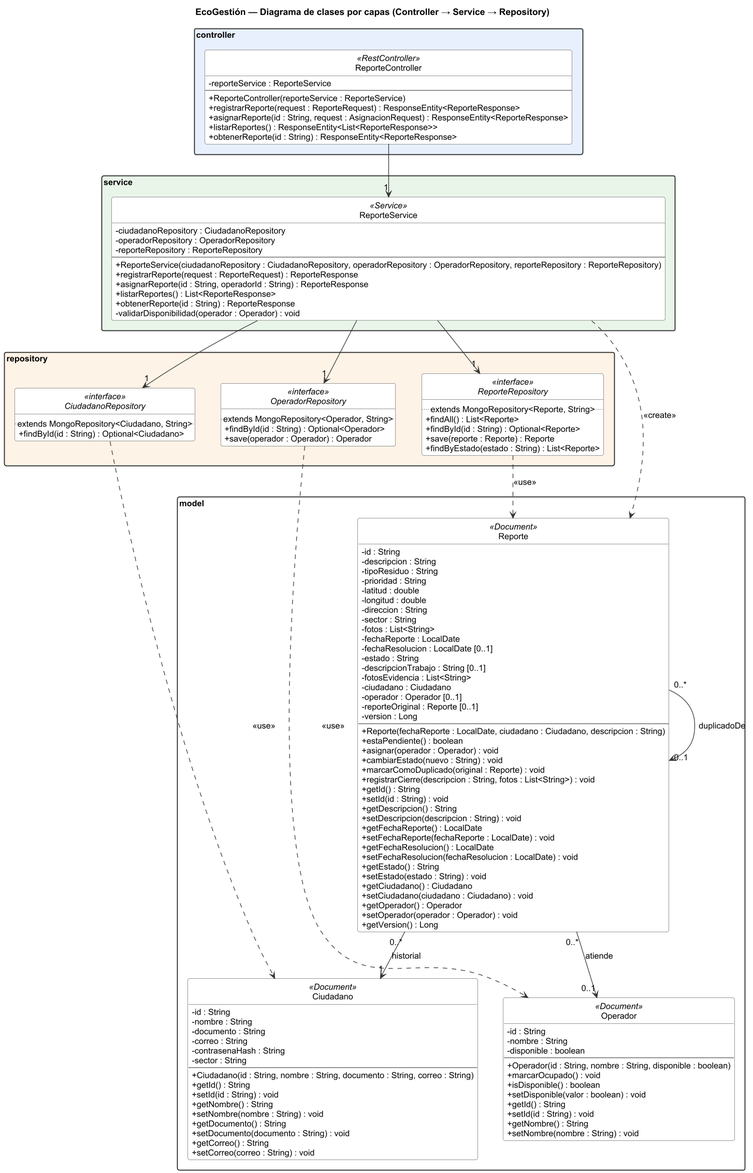
Above: docs/diagramas/04-vista-desarrollo.png in samuelvallejo/trabajo-final-dise-o-de-software-diagramas (PlantUML), before the change.
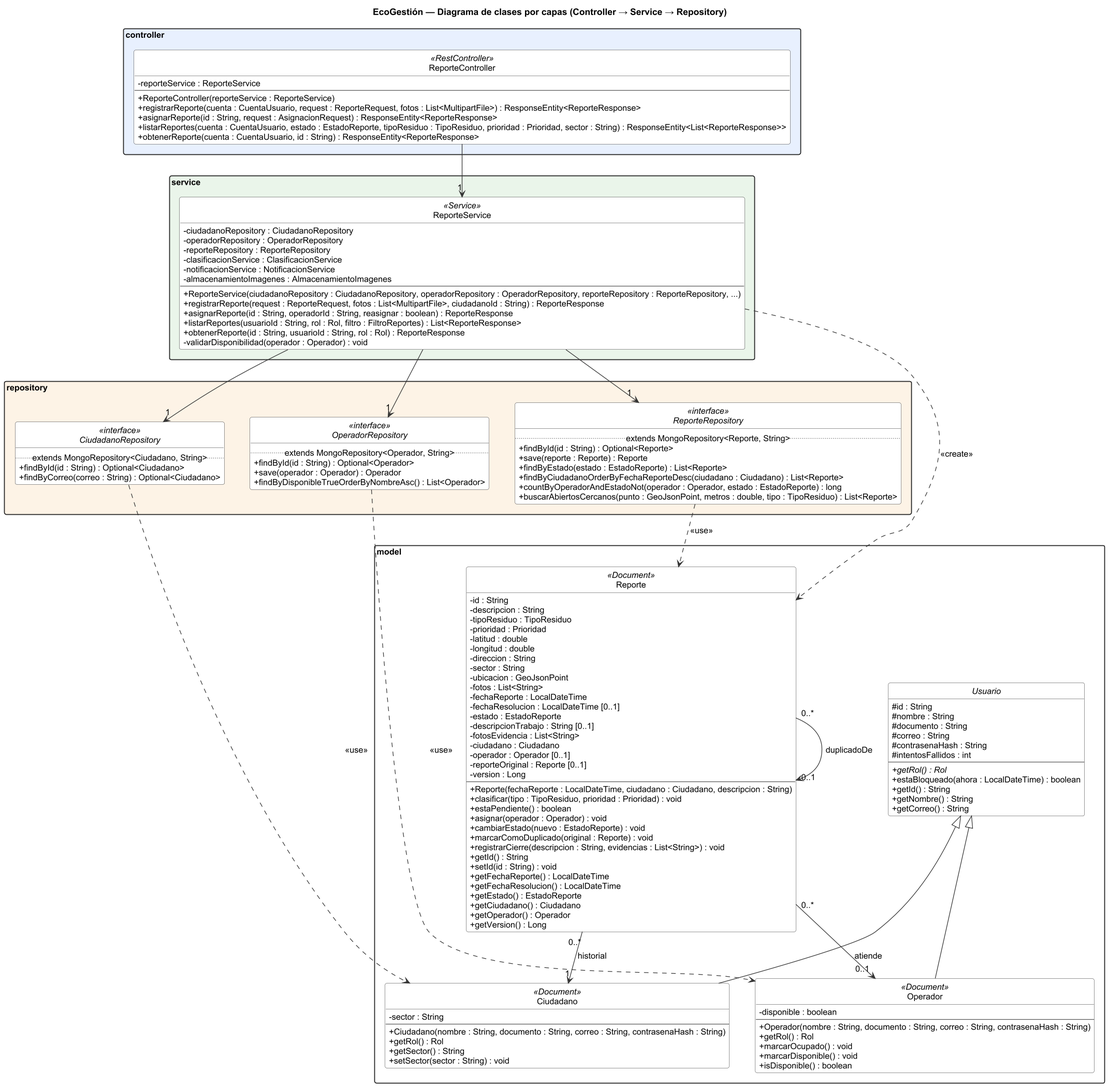
The same diagram one commit later.

The edit, as a diff of the source:
```diff
@@ -32,10 +32,10 @@
     - reporteService : ReporteService
     --
     + ReporteController(reporteService : ReporteService)
-    + registrarReporte(request : ReporteRequest) : ResponseEntity<ReporteResponse>
+    + registrarReporte(cuenta : CuentaUsuario, request : ReporteRequest, fotos : List<MultipartFile>) : ResponseEntity<ReporteResponse>
     + asignarReporte(id : String, request : AsignacionRequest) : ResponseEntity<ReporteResponse>
-    + listarReportes() : ResponseEntity<List<ReporteResponse>>
-    + obtenerReporte(id : String) : ResponseEntity<ReporteResponse>
+    + listarReportes(cuenta : CuentaUsuario, estado : EstadoReporte, tipoResiduo : TipoResiduo, prioridad : Prioridad, sector : String) : ResponseEntity<List<ReporteResponse>>
+    + obtenerReporte(cuenta : CuentaUsuario, id : String) : ResponseEntity<ReporteResponse>
   }
 }
 
@@ -44,12 +44,15 @@
     - ciudadanoRepository : CiudadanoRepository
     - operadorRepository : OperadorRepository
     - reporteRepository : ReporteRepository
+    - clasificacionService : ClasificacionService
+    - notificacionService : NotificacionService
+    - almacenamientoImagenes : AlmacenamientoImagenes
     --
-    + ReporteService(ciudadanoRepository : CiudadanoRepository, operadorRepository : OperadorRepository, reporteRepository : ReporteRepository)
-    + registrarReporte(request : ReporteRequest) : ReporteResponse
-    + asignarReporte(id : String, operadorId : String) : ReporteResponse
-    + listarReportes() : List<ReporteResponse>
-    + obtenerReporte(id : String) : ReporteResponse
+    + ReporteService(ciudadanoRepository : CiudadanoRepository, operadorRepository : OperadorRepository, reporteRepository : ReporteRepository, ...)
+    + registrarReporte(request : ReporteRequest, fotos : List<MultipartFile>, ciudadanoId : String) : ReporteResponse
+    + asignarReporte(id : String, operadorId : String, reasignar : boolean) : ReporteResponse
+    + listarReportes(usuarioId : String, rol : Rol, filtro : FiltroReportes) : List<ReporteResponse>
+    + obtenerReporte(id : String, usuarioId : String, rol : Rol) : ReporteResponse
     - validarDisponibilidad(operador : Operador) : void
   }
 }
@@ -57,19 +60,23 @@
 package "repository" #FDF3E6 {
   interface ReporteRepository <<interface>> {
     .. extends MongoRepository<Reporte, String> ..
-    + findAll() : List<Reporte>
     + findById(id : String) : Optional<Reporte>
     + save(reporte : Reporte) : Reporte
-    + findByEstado(estado : String) : List<Reporte>
+    + findByEstado(estado : EstadoReporte) : List<Reporte>
+    + findByCiudadanoOrderByFechaReporteDesc(ciudadano : Ciudadano) : List<Reporte>
+    + countByOperadorAndEstadoNot(operador : Operador, estado : EstadoReporte) : long
+    + buscarAbiertosCercanos(punto : GeoJsonPoint, metros : double, tipo : TipoResiduo) : List<Reporte>
   }
   interface CiudadanoRepository <<interface>> {
     .. extends MongoRepository<Ciudadano, String> ..
     + findById(id : String) : Optional<Ciudadano>
+    + findByCorreo(correo : String) : Optional<Ciudadano>
   }
   interface OperadorRepository <<interface>> {
     .. extends MongoRepository<Operador, String> ..
     + findById(id : String) : Optional<Operador>
     + save(operador : Operador) : Operador
+    + findByDisponibleTrueOrderByNombreAsc() : List<Operador>
   }
 }
 
@@ -77,16 +84,17 @@
   class Reporte <<Document>> {
     - id : String
     - descripcion : String
-    - tipoResiduo : String
-    - prioridad : String
+    - tipoResiduo : TipoResiduo
+    - prioridad : Prioridad
     - latitud : double
     - longitud : double
     - direccion : String
     - sector : String
+    - ubicacion : GeoJsonPoint
     - fotos : List<String>
-    - fechaReporte : LocalDate
-    - fechaResolucion : LocalDate [0..1]
-    - estado : String
+    - fechaReporte : LocalDateTime
+    - fechaResolucion : LocalDateTime [0..1]
+    - estado : EstadoReporte
     - descripcionTrabajo : String [0..1]
     - fotosEvidencia : List<String>
     - ciudadano : Ciudadano
@@ -94,59 +102,52 @@
     - reporteOriginal : Reporte [0..1]
     - version : Long
     --
-    + Reporte(fechaReporte : LocalDate, ciudadano : Ciudadano, descripcion : String)
+    + Reporte(fechaReporte : LocalDateTime, ciudadano : Ciudadano, descripcion : String)
+    + clasificar(tipo : TipoResiduo, prioridad : Prioridad) : void
     + estaPendiente() : boolean
     + asignar(operador : Operador) : void
-    + cambiarEstado(nuevo : String) : void
+    + cambiarEstado(nuevo : EstadoReporte) : void
     + marcarComoDuplicado(original : Reporte) : void
-    + registrarCierre(descripcion : String, fotos : List<String>) : void
+    + registrarCierre(descripcion : String, evidencias : List<String>) : void
     + getId() : String
     + setId(id : String) : void
-    + getDescripcion() : String
-    + setDescripcion(descripcion : String) : void
-    + getFechaReporte() : LocalDate
-    + setFechaReporte(fechaReporte : LocalDate) : void
-    + getFechaResolucion() : LocalDate
-    + setFechaResolucion(fechaResolucion : LocalDate) : void
-    + getEstado() : String
-    + setEstado(estado : String) : void
+    + getFechaReporte() : LocalDateTime
+    + getFechaResolucion() : LocalDateTime
+    + getEstado() : EstadoReporte
     + getCiudadano() : Ciudadano
-    + setCiudadano(ciudadano : Ciudadano) : void
     + getOperador() : Operador
-    + setOperador(operador : Operador) : void
     + getVersion() : Long
   }
+  abstract class Usuario {
+    # id : String
+    # nombre : String
+    # documento : String
+    # correo : String
+    # contrasenaHash : String
+    # intentosFallidos : int
+    --
+    + {abstract} getRol() : Rol
+    + estaBloqueado(ahora : LocalDateTime) : boolean
+    + getId() : String
+    + getNombre() : String
+    + getCorreo() : String
+  }
   class Ciudadano <<Document>> {
-    - id : String
-    - nombre : String
-    - documento : String
-    - correo : String
-    - contrasenaHash : String
     - sector : String
     --
-    + Ciudadano(id : String, nombre : String, documento : String, correo : String)
-    + getId() : String
-    + setId(id : String) : void
-    + getNombre() : String
-    + setNombre(nombre : String) : void
-    + getDocumento() : String
-    + setDocumento(documento : String) : void
-    + getCorreo() : String
-    + setCorreo(correo : String) : void
+    + Ciudadano(nombre : String, documento : String, correo : String, contrasenaHash : String)
+    + getRol() : Rol
+    + getSector() : String
+    + setSector(sector : String) : void
   }
   class Operador <<Document>> {
-    - id : String
-    - nombre : String
     - disponible : boolean
     --
-    + Operador(id : String, nombre : String, disponible : boolean)
+    + Operador(nombre : String, documento : String, correo : String, contrasenaHash : String)
+    + getRol() : Rol
     + marcarOcupado() : void
+    + marcarDisponible() : void
     + isDisponible() : boolean
-    + setDisponible(valor : boolean) : void
-    + getId() : String
-    + setId(id : String) : void
-    + getNombre() : String
-    + setNombre(nombre : String) : void
   }
 }
 
@@ -158,6 +159,8 @@
 ReporteRepository ..> Reporte : <<use>>
 CiudadanoRepository ..> Ciudadano : <<use>>
 OperadorRepository ..> Operador : <<use>>
+Usuario <|-- Ciudadano
+Usuario <|-- Operador
 Reporte "0..*" --> "1" Ciudadano : historial
 Reporte "0..*" --> "0..1" Operador : atiende
 Reporte "0..*" --> "0..1" Reporte : duplicadoDe
```
